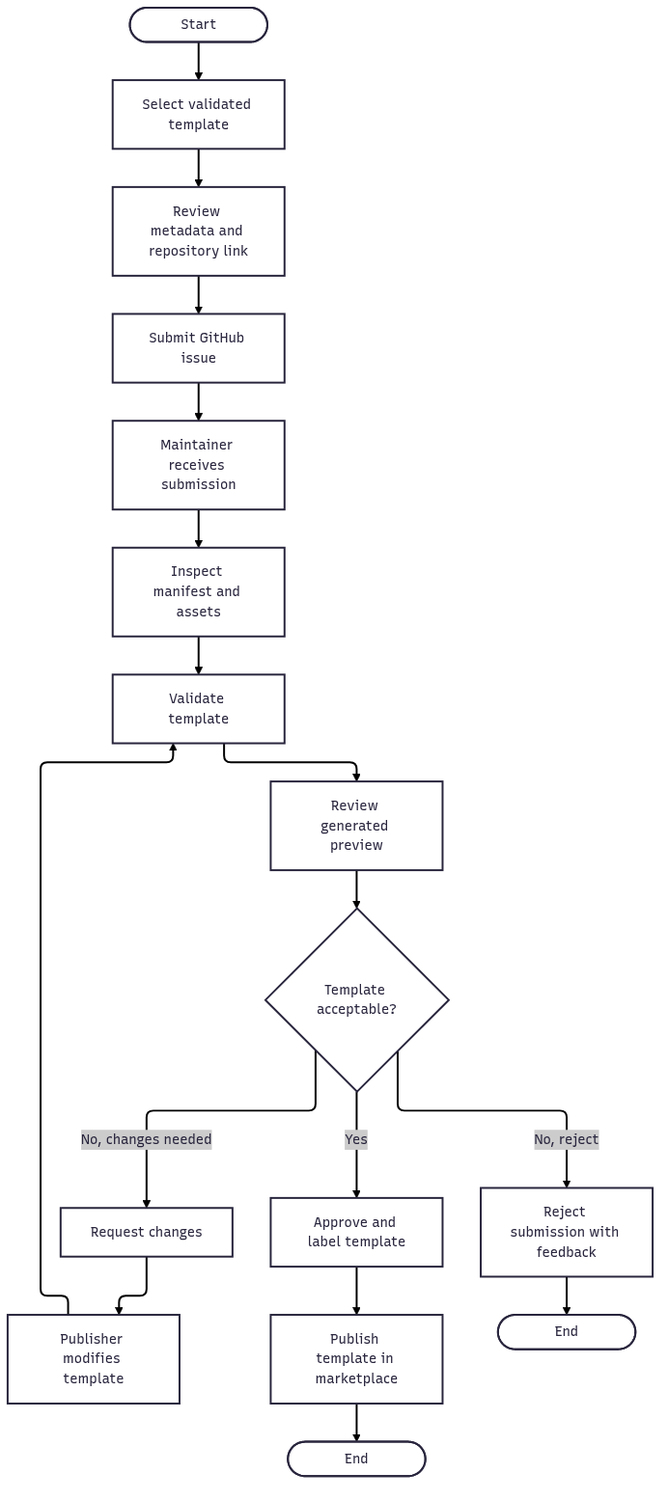
Earlier version of the Mermaid export Figures/userflow/08-user-template-submission-review.png (Litho-MD/uet-fyp-docs). Its source is kept beside it as diagrams/mmd/userflow/08-user-template-submission-review.mmd.
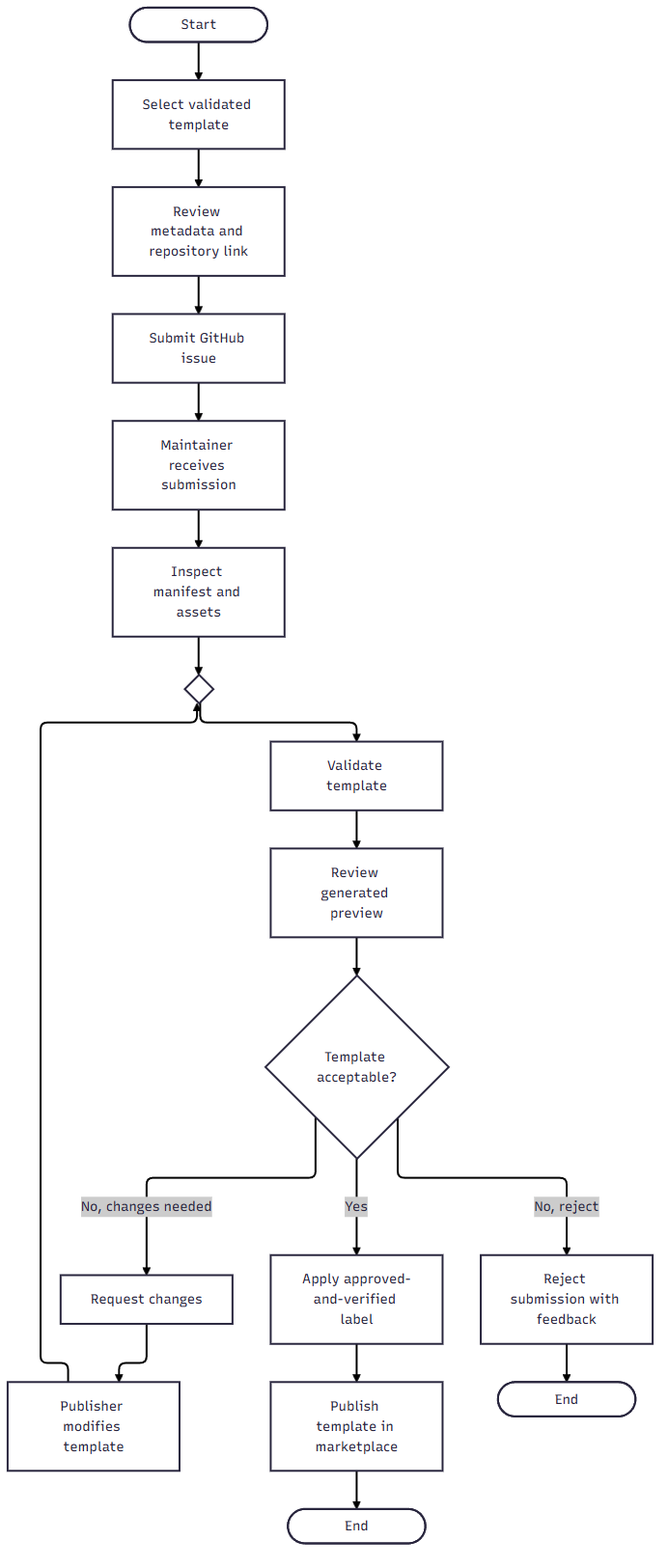
The same diagram one commit later.

The edit, as a diff of the source:
```diff
@@ -9,17 +9,18 @@
     C --> D[Submit GitHub issue]
     D --> E[Maintainer receives submission]
     E --> F[Inspect manifest and assets]
-    F --> G[Validate template]
+    F --> M_val{" "}
+    M_val --> G[Validate template]
     G --> H[Review generated preview]
     H --> I{Template acceptable?}
 
     I -- No, changes needed --> J[Request changes]
     J --> K[Publisher modifies template]
-    K --> G
+    K --> M_val
 
     I -- No, reject --> L[Reject submission with feedback]
     L --> M([End])
 
-    I -- Yes --> N[Approve and label template]
+    I -- Yes --> N[Apply approved-and-verified label]
     N --> O[Publish template in marketplace]
     O --> P([End])
```
